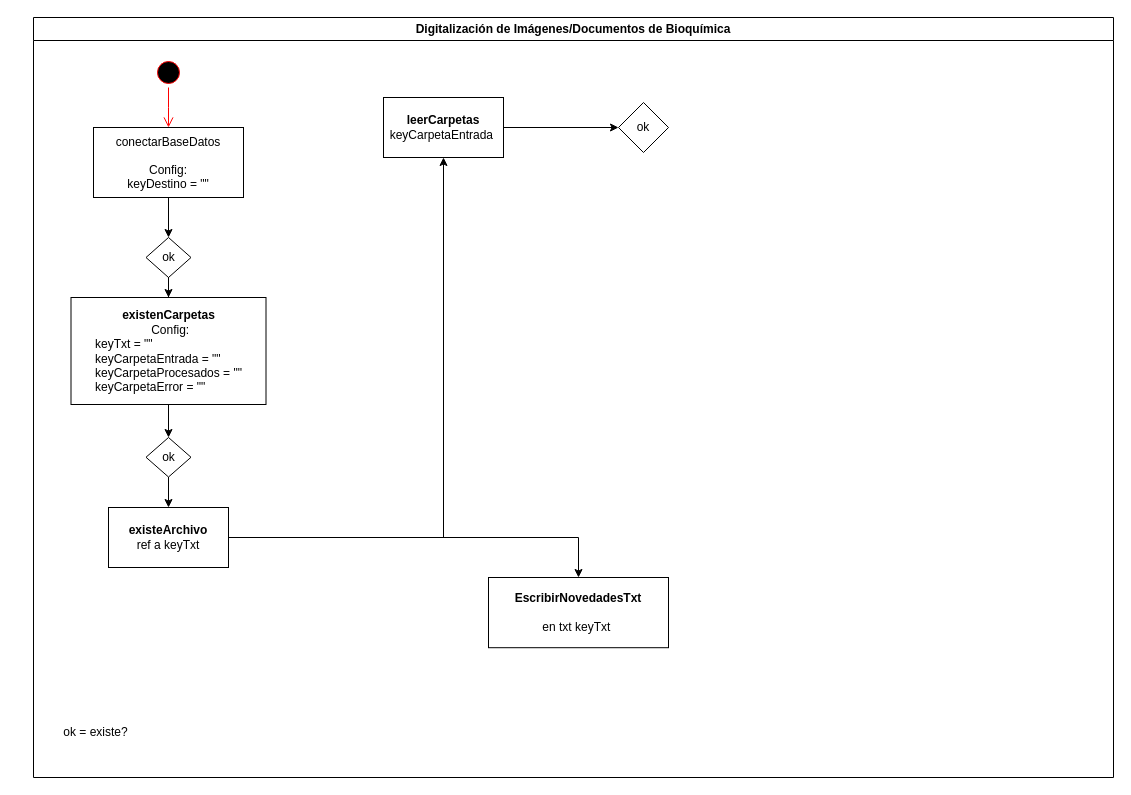
dev-all/draw keeps this draw.io diagram as Untitled Diagram.drawio. Above is the earlier version. Source tidied: cells renumbered, new cells numbered last; positions are measured from the earlier drawing's top-left corner, leaving out a move shared by most shapes. Both pictures are drawn from the tidied source at 100%, with x=0, y=0 at pixel (33, 17).
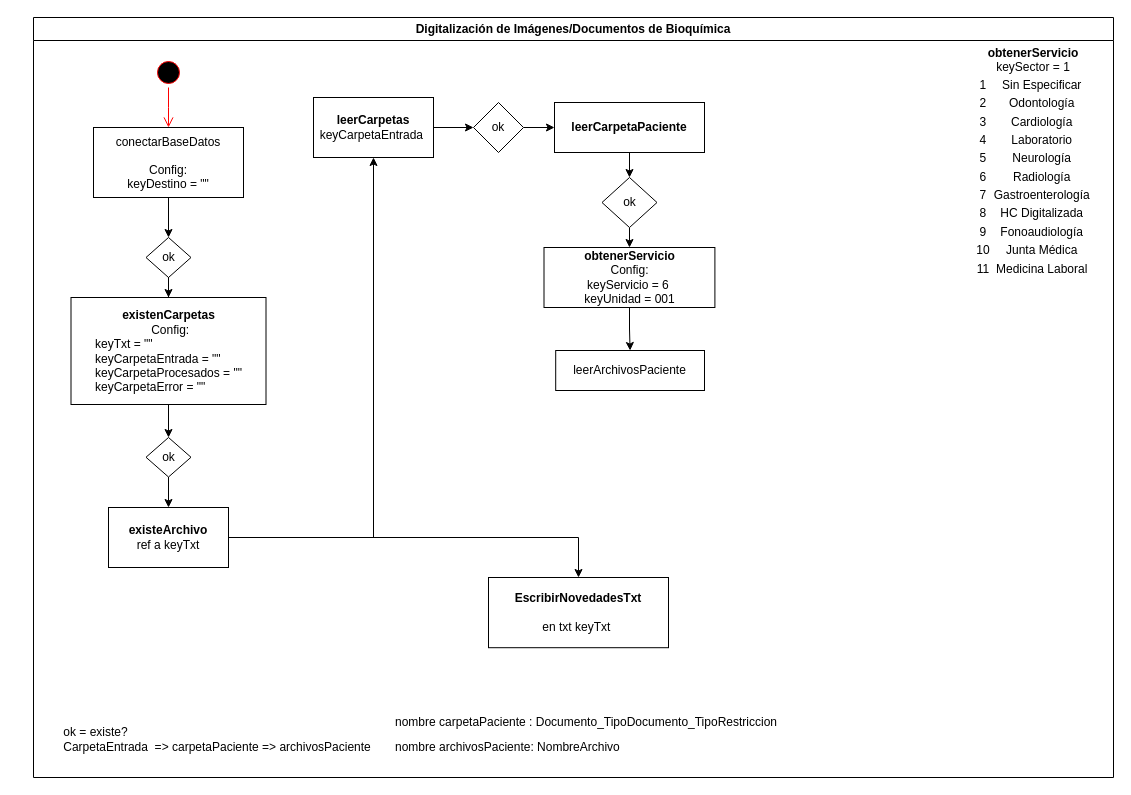
After the change.

Unchanged cells that the change refers to:
```xml
<mxCell id="2" value="Digitalización de Imágenes/Documentos de Bioquímica" style="swimlane;whiteSpace=wrap;startSize=23;" parent="1" vertex="1">
  <mxGeometry width="1080" height="760" as="geometry" />
</mxCell>
```

Diff of the diagram source:
```diff
@@
     <mxCell id="17" value="&lt;span style=&quot;font-size: 12px&quot;&gt;&lt;b&gt;leerCarpetas&lt;br&gt;&lt;/b&gt;&lt;/span&gt;&lt;span style=&quot;text-align: left&quot;&gt;keyCarpetaEntrada&amp;nbsp;&lt;/span&gt;&lt;span style=&quot;font-size: 12px&quot;&gt;&lt;b&gt;&lt;br&gt;&lt;/b&gt;&lt;/span&gt;" style="whiteSpace=wrap;html=1;" parent="2" vertex="1">
-      <mxGeometry x="350" y="80" width="120" height="60" as="geometry" />
+      <mxGeometry x="280" y="80" width="120" height="60" as="geometry" />
     </mxCell>
@@
+    <mxCell id="21" style="edgeStyle=orthogonalEdgeStyle;rounded=0;jettySize=auto;html=1;" parent="2" edge="1" source="19" target="23">
+      <mxGeometry relative="1" as="geometry" />
+    </mxCell>
     <mxCell id="19" value="ok" style="rhombus;whiteSpace=wrap;html=1;" parent="2" vertex="1">
-      <mxGeometry x="585" y="85" width="50" height="50" as="geometry" />
+      <mxGeometry x="440" y="85" width="50" height="50" as="geometry" />
     </mxCell>
@@
+    <mxCell id="22" value="CarpetaEntrada&amp;nbsp; =&amp;gt; carpetaPaciente =&amp;gt; archivosPaciente" style="text;html=1;strokeColor=none;fillColor=none;align=center;verticalAlign=middle;whiteSpace=wrap;rounded=0;" parent="2" vertex="1">
+      <mxGeometry x="-16" y="710" width="400" height="40" as="geometry" />
+    </mxCell>
+    <mxCell id="23" value="&lt;b&gt;leerCarpetaPaciente&lt;/b&gt;" style="whiteSpace=wrap;html=1;" parent="2" vertex="1">
+      <mxGeometry x="521" y="85" width="150" height="50" as="geometry" />
+    </mxCell>
+    <mxCell id="24" style="edgeStyle=orthogonalEdgeStyle;rounded=0;jettySize=auto;html=1;" parent="2" edge="1" source="25" target="27">
+      <mxGeometry relative="1" as="geometry" />
+    </mxCell>
+    <mxCell id="25" value="ok" style="rhombus;whiteSpace=wrap;html=1;" parent="2" vertex="1">
+      <mxGeometry x="568.5" y="160" width="55" height="50" as="geometry" />
+    </mxCell>
+    <mxCell id="26" style="edgeStyle=orthogonalEdgeStyle;rounded=0;jettySize=auto;html=1;" parent="2" edge="1" source="23" target="25">
+      <mxGeometry relative="1" as="geometry" />
+    </mxCell>
+    <mxCell id="27" value="&lt;b&gt;obtenerServicio&lt;/b&gt;&lt;br&gt;Config:&lt;br&gt;keyServicio = 6&amp;nbsp;&lt;br&gt;keyUnidad = 001" style="whiteSpace=wrap;html=1;" parent="2" vertex="1">
+      <mxGeometry x="510.5" y="230" width="170.9" height="60" as="geometry" />
+    </mxCell>
+    <mxCell id="28" value="leerArchivosPaciente" style="whiteSpace=wrap;html=1;" parent="2" vertex="1">
+      <mxGeometry x="522.2" y="333" width="148.8" height="40" as="geometry" />
+    </mxCell>
+    <mxCell id="29" style="edgeStyle=orthogonalEdgeStyle;rounded=0;jettySize=auto;html=1;" parent="2" edge="1" source="27" target="28">
+      <mxGeometry relative="1" as="geometry" />
+    </mxCell>
+    <mxCell id="30" value="&lt;b&gt;obtenerServicio&lt;br&gt;&lt;/b&gt;keySector = 1&lt;br&gt;&lt;table&gt;&lt;tbody&gt;&lt;tr&gt;&lt;td&gt;1&lt;/td&gt;&lt;td&gt;Sin Especificar&lt;/td&gt;&lt;/tr&gt;&lt;tr&gt;&lt;td&gt;2&lt;/td&gt;&lt;td&gt;Odontología&lt;/td&gt;&lt;/tr&gt;&lt;tr&gt;&lt;td&gt;3&lt;/td&gt;&lt;td&gt;Cardiología&lt;/td&gt;&lt;/tr&gt;&lt;tr&gt;&lt;td&gt;4&lt;/td&gt;&lt;td&gt;Laboratorio&lt;/td&gt;&lt;/tr&gt;&lt;tr&gt;&lt;td&gt;5&lt;/td&gt;&lt;td&gt;Neurología&lt;/td&gt;&lt;/tr&gt;&lt;tr&gt;&lt;td&gt;6&lt;/td&gt;&lt;td&gt;Radiología&lt;/td&gt;&lt;/tr&gt;&lt;tr&gt;&lt;td&gt;7&lt;/td&gt;&lt;td&gt;Gastroenterología&lt;/td&gt;&lt;/tr&gt;&lt;tr&gt;&lt;td&gt;8&lt;/td&gt;&lt;td&gt;HC Digitalizada&lt;/td&gt;&lt;/tr&gt;&lt;tr&gt;&lt;td&gt;9&lt;/td&gt;&lt;td&gt;Fonoaudiología&lt;/td&gt;&lt;/tr&gt;&lt;tr&gt;&lt;td&gt;10&lt;/td&gt;&lt;td&gt;Junta Médica&lt;/td&gt;&lt;/tr&gt;&lt;tr&gt;&lt;td&gt;11&lt;/td&gt;&lt;td&gt;Medicina Laboral&lt;/td&gt;&lt;/tr&gt;&lt;/tbody&gt;&lt;/table&gt;" style="text;html=1;strokeColor=none;fillColor=none;align=center;verticalAlign=middle;whiteSpace=wrap;rounded=0;" parent="2" vertex="1">
+      <mxGeometry x="920" y="35" width="160" height="220" as="geometry" />
+    </mxCell>
+    <mxCell id="31" value="nombre&amp;nbsp;&lt;span style=&quot;text-align: center&quot;&gt;carpetaPaciente&amp;nbsp;&lt;/span&gt;: Documento_TipoDocumento_TipoRestriccion" style="text;html=1;strokeColor=none;fillColor=none;align=left;verticalAlign=middle;whiteSpace=wrap;rounded=0;" parent="2" vertex="1">
+      <mxGeometry x="360" y="680" width="460" height="50" as="geometry" />
+    </mxCell>
+    <mxCell id="32" value="nombre&amp;nbsp;&lt;span style=&quot;text-align: center&quot;&gt;archivosPaciente&lt;/span&gt;: NombreArchivo" style="text;html=1;strokeColor=none;fillColor=none;align=left;verticalAlign=middle;whiteSpace=wrap;rounded=0;" parent="2" vertex="1">
+      <mxGeometry x="360" y="705" width="460" height="50" as="geometry" />
+    </mxCell>
```
